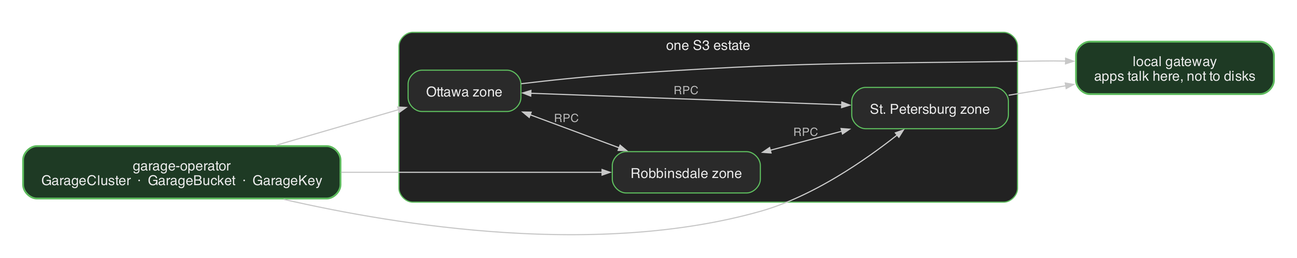
Earlier version of the Graphviz export content/post/self-hosting-a-keiretsu/garage.png (rajsinghtech/portfolio). Its source is kept beside it as content/post/self-hosting-a-keiretsu/garage.dot. Its diagram source:
```dot
digraph garage {
  graph [
    rankdir=LR, splines=spline, bgcolor="transparent",
    fontname="Helvetica", fontsize=12, pad=0.28, nodesep=0.45, ranksep=0.8,
    fontcolor="#e8e8e8"
  ];
  node [fontname="Helvetica", fontsize=12, shape=box, style="filled,rounded",
        fillcolor="#2a2a2a", color="#5dba5d", fontcolor="#e8e8e8", margin="0.22,0.14"];
  edge [fontname="Helvetica", fontsize=10, color="#c8c8c8", fontcolor="#b8b8b8", arrowsize=0.7];

  op [
    label="garage-operator\nGarageCluster  ·  GarageBucket  ·  GarageKey",
    fillcolor="#1e3a24", color="#5dba5d", penwidth=1.6
  ];

  subgraph cluster_estate {
    label="one S3 estate";
    style="rounded,filled"; fillcolor="#222222"; color="#5dba5d"; fontsize=12; fontcolor="#e8e8e8";
    ot [label="Ottawa zone"];
    rb [label="Robbinsdale zone"];
    sp [label="St. Petersburg zone"];
    ot -> rb [dir=both, label="RPC"];
    ot -> sp [dir=both, label="RPC"];
    rb -> sp [dir=both, label="RPC"];
  }

  gw [
    label="local gateway\napps talk here, not to disks",
    fillcolor="#1e3a24", color="#5dba5d", penwidth=1.6
  ];

  op -> ot;
  op -> rb;
  op -> sp;
  ot -> gw;
  sp -> gw;
}
```
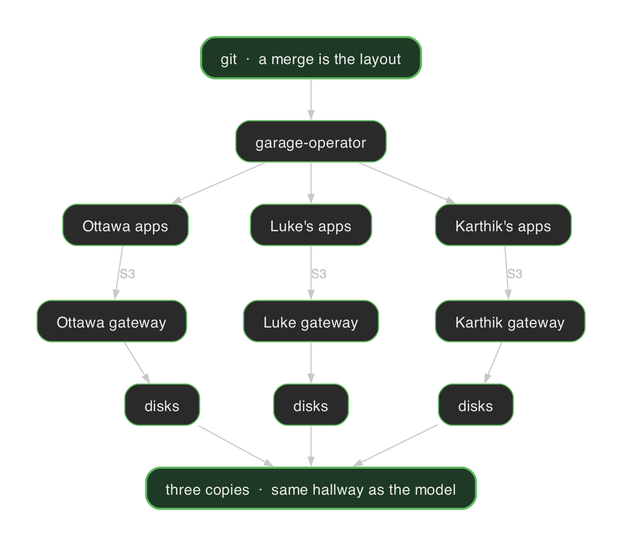
After the commit.

Commit message:
Explain Garage as the trivial warehouse on the existing hallway

Diff of the diagram source:
```diff
@@ -1,37 +1,53 @@
 digraph garage {
   graph [
-    rankdir=LR, splines=spline, bgcolor="transparent",
-    fontname="Helvetica", fontsize=12, pad=0.28, nodesep=0.45, ranksep=0.8,
-    fontcolor="#e8e8e8"
+    rankdir=TB, splines=spline, bgcolor="transparent",
+    fontname="Helvetica", fontsize=13, pad=0.45, nodesep=0.7, ranksep=0.5,
+    fontcolor="#e8e8e8", newrank=true
   ];
-  node [fontname="Helvetica", fontsize=12, shape=box, style="filled,rounded",
-        fillcolor="#2a2a2a", color="#5dba5d", fontcolor="#e8e8e8", margin="0.22,0.14"];
-  edge [fontname="Helvetica", fontsize=10, color="#c8c8c8", fontcolor="#b8b8b8", arrowsize=0.7];
+  node [fontname="Helvetica", fontsize=13, shape=box, style="filled,rounded",
+        fillcolor="#2a2a2a", color="#5dba5d", fontcolor="#e8e8e8", margin="0.24,0.14"];
+  edge [fontname="Helvetica", fontsize=11, color="#c8c8c8", fontcolor="#b8b8b8", arrowsize=0.7];
 
-  op [
-    label="garage-operator\nGarageCluster  ·  GarageBucket  ·  GarageKey",
-    fillcolor="#1e3a24", color="#5dba5d", penwidth=1.6
+  git [
+    label="git  ·  a merge is the layout",
+    fillcolor="#1e3a24", color="#5dba5d", penwidth=1.8
+  ];
+  op [label="garage-operator"];
+  git -> op;
+
+  ot_app [label="Ottawa apps"];
+  rb_app [label="Luke's apps"];
+  sp_app [label="Karthik's apps"];
+  { rank=same; ot_app; rb_app; sp_app; }
+
+  ot_gw [label="Ottawa gateway"];
+  rb_gw [label="Luke gateway"];
+  sp_gw [label="Karthik gateway"];
+  { rank=same; ot_gw; rb_gw; sp_gw; }
+
+  ot_d [label="disks"];
+  rb_d [label="disks"];
+  sp_d [label="disks"];
+  { rank=same; ot_d; rb_d; sp_d; }
+
+  copies [
+    label="three copies  ·  same hallway as the model",
+    fillcolor="#1e3a24", color="#5dba5d", penwidth=1.8
   ];
 
-  subgraph cluster_estate {
-    label="one S3 estate";
-    style="rounded,filled"; fillcolor="#222222"; color="#5dba5d"; fontsize=12; fontcolor="#e8e8e8";
-    ot [label="Ottawa zone"];
-    rb [label="Robbinsdale zone"];
-    sp [label="St. Petersburg zone"];
-    ot -> rb [dir=both, label="RPC"];
-    ot -> sp [dir=both, label="RPC"];
-    rb -> sp [dir=both, label="RPC"];
-  }
+  op -> ot_app;
+  op -> rb_app;
+  op -> sp_app;
 
-  gw [
-    label="local gateway\napps talk here, not to disks",
-    fillcolor="#1e3a24", color="#5dba5d", penwidth=1.6
-  ];
+  ot_app -> ot_gw [label="S3"];
+  rb_app -> rb_gw [label="S3"];
+  sp_app -> sp_gw [label="S3"];
 
-  op -> ot;
-  op -> rb;
-  op -> sp;
-  ot -> gw;
-  sp -> gw;
+  ot_gw -> ot_d;
+  rb_gw -> rb_d;
+  sp_gw -> sp_d;
+
+  ot_d -> copies;
+  rb_d -> copies;
+  sp_d -> copies;
 }
```
